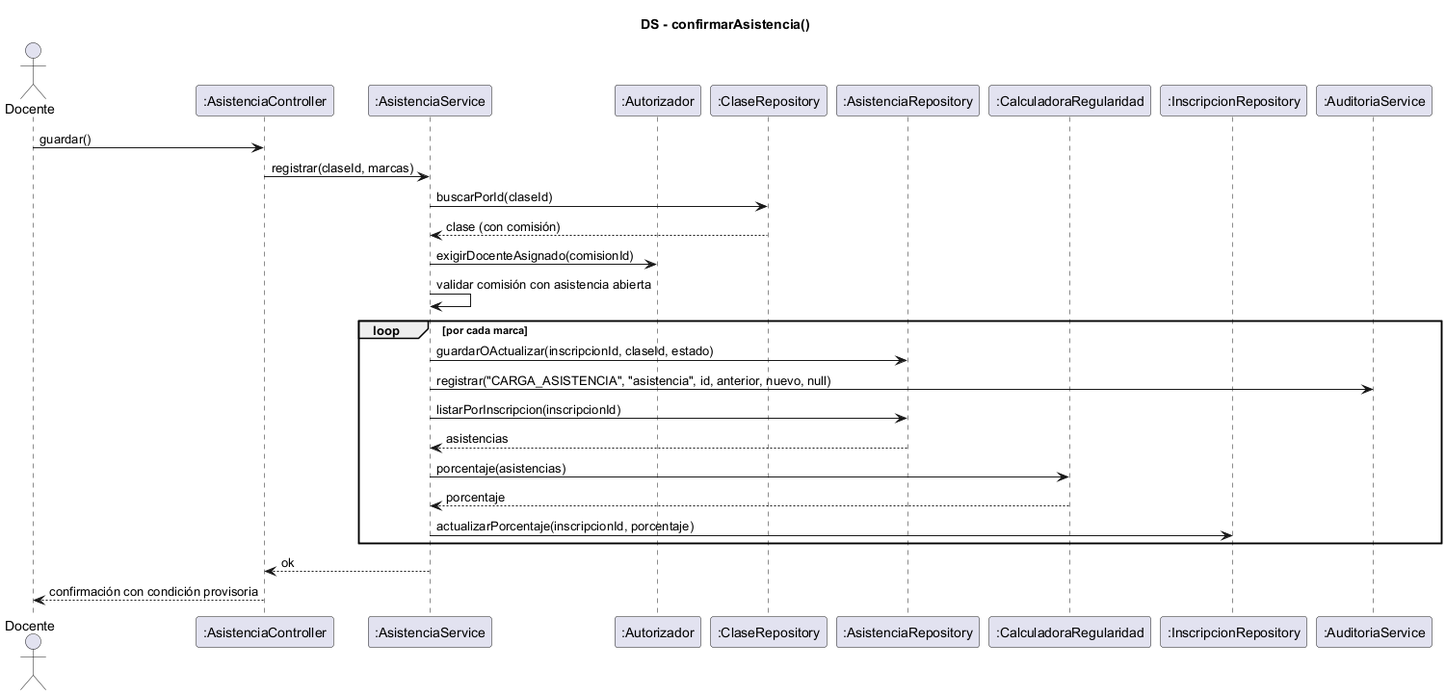
This is document/diagramas/ds-registrar-asistencia.png from ISMAELALTHENOFER/BACKOFFICE-ACADEMICO-ITEC-N-1, a PlantUML export, as it was before one commit.
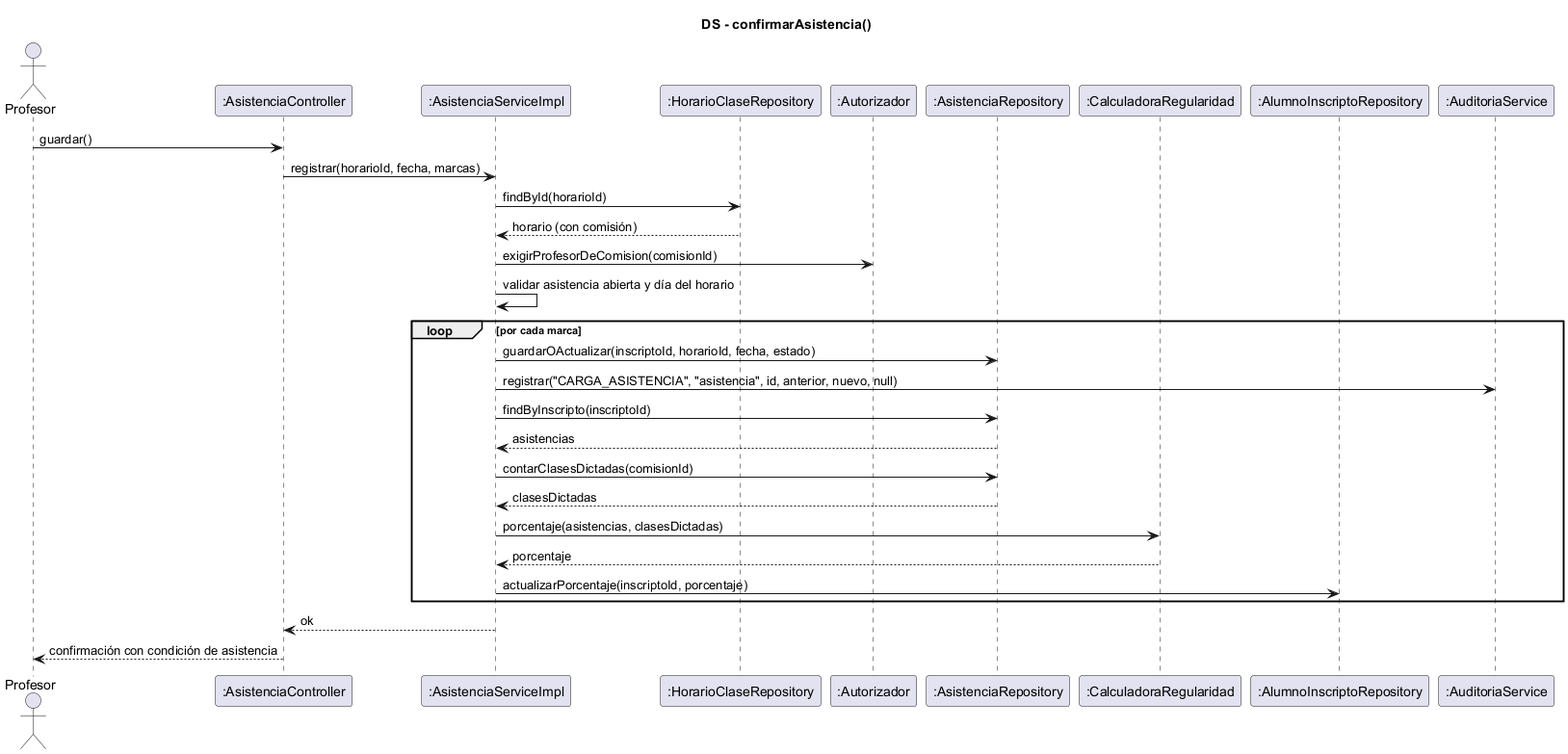
Later version of the same file.

Diff of the diagram source:
```diff
@@ -1,31 +1,33 @@
 @startuml ds-registrar-asistencia
 skinparam shadowing false
 title DS - confirmarAsistencia()
-actor Docente
+actor Profesor
 participant ":AsistenciaController" as C
-participant ":AsistenciaService" as S
+participant ":AsistenciaServiceImpl" as S
+participant ":HorarioClaseRepository" as HR
 participant ":Autorizador" as AU
-participant ":ClaseRepository" as CL
 participant ":AsistenciaRepository" as AR
 participant ":CalculadoraRegularidad" as CALC
-participant ":InscripcionRepository" as IR
+participant ":AlumnoInscriptoRepository" as IR
 participant ":AuditoriaService" as AUD
 
-Docente -> C : guardar()
-C -> S : registrar(claseId, marcas)
-S -> CL : buscarPorId(claseId)
-CL --> S : clase (con comisión)
-S -> AU : exigirDocenteAsignado(comisionId)
-S -> S : validar comisión con asistencia abierta
+Profesor -> C : guardar()
+C -> S : registrar(horarioId, fecha, marcas)
+S -> HR : findById(horarioId)
+HR --> S : horario (con comisión)
+S -> AU : exigirProfesorDeComision(comisionId)
+S -> S : validar asistencia abierta y día del horario
 loop por cada marca
-  S -> AR : guardarOActualizar(inscripcionId, claseId, estado)
+  S -> AR : guardarOActualizar(inscriptoId, horarioId, fecha, estado)
   S -> AUD : registrar("CARGA_ASISTENCIA", "asistencia", id, anterior, nuevo, null)
-  S -> AR : listarPorInscripcion(inscripcionId)
+  S -> AR : findByInscripto(inscriptoId)
   AR --> S : asistencias
-  S -> CALC : porcentaje(asistencias)
+  S -> AR : contarClasesDictadas(comisionId)
+  AR --> S : clasesDictadas
+  S -> CALC : porcentaje(asistencias, clasesDictadas)
   CALC --> S : porcentaje
-  S -> IR : actualizarPorcentaje(inscripcionId, porcentaje)
+  S -> IR : actualizarPorcentaje(inscriptoId, porcentaje)
 end
 S --> C : ok
-C --> Docente : confirmación con condición provisoria
+C --> Profesor : confirmación con condición de asistencia
 @enduml
```
